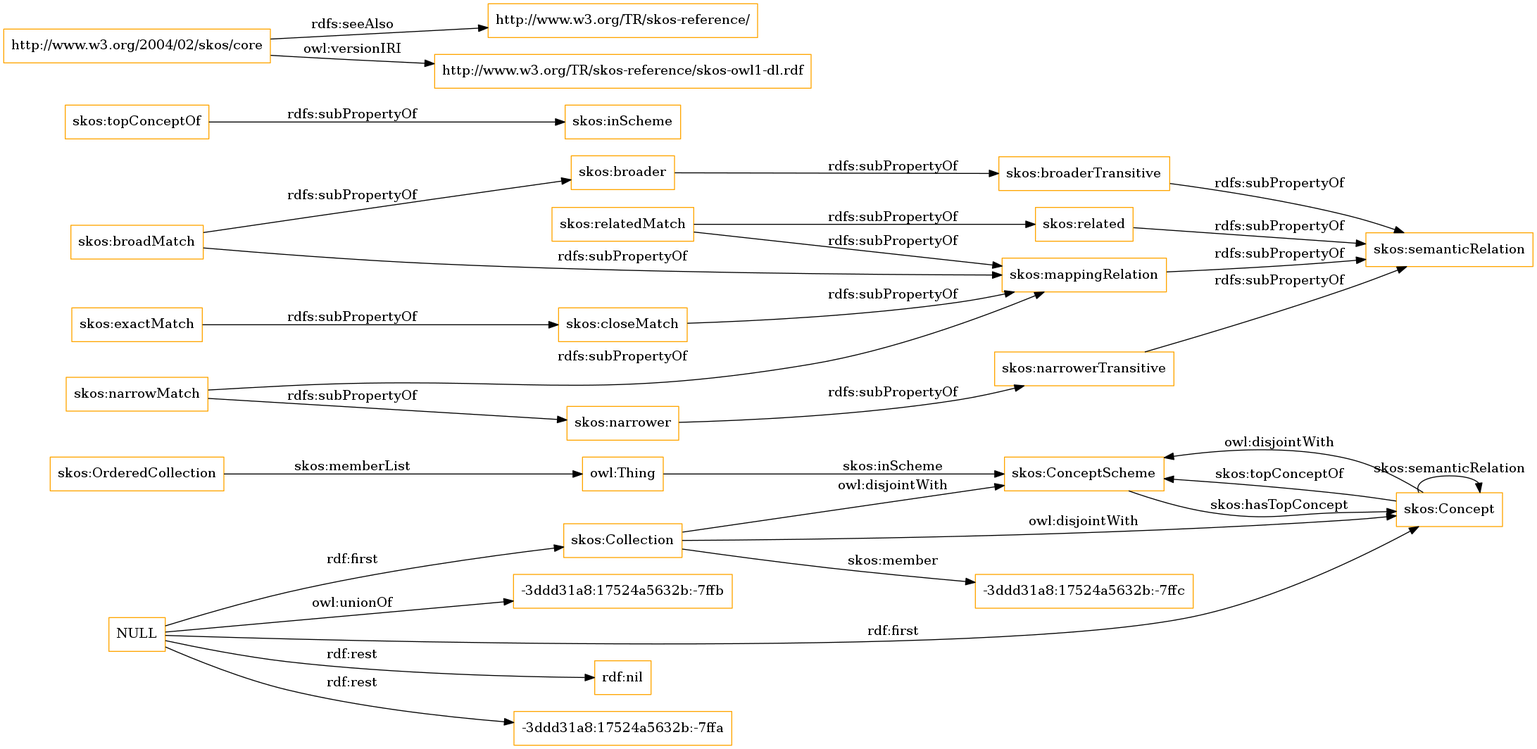
Before: OnToology/imports/skos.owl/diagrams/ar2dtool-class/skos.owl.png, a diagram exported from Graphviz (OnToologyUser/core-ontology-1). Its source is kept beside it as OnToology/imports/skos.owl/diagrams/ar2dtool-class/skos.owl.png.dot.
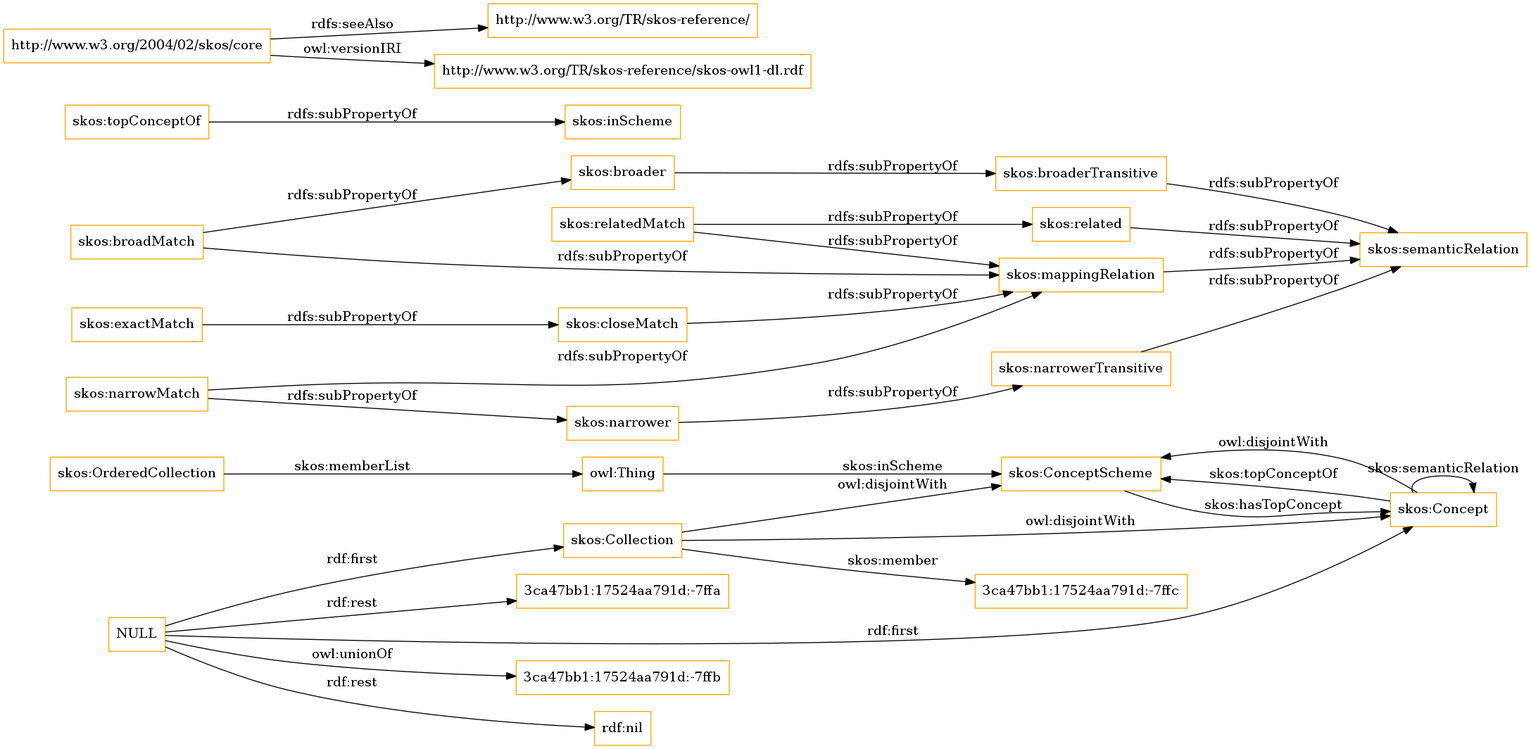
After the change.

What changed in the source:
```diff
@@ -1,13 +1,13 @@
 digraph ar2dtool_diagram {
 rankdir=LR;
 size="1501"
-node [shape = rectangle, color="orange"]; "skos:OrderedCollection" "skos:ConceptScheme" "skos:Concept" "skos:Collection" "-3ddd31a8:17524a5632b:-7ffc" ; /*classes style*/
+node [shape = rectangle, color="orange"]; "skos:OrderedCollection" "skos:ConceptScheme" "skos:Concept" "skos:Collection" "3ca47bb1:17524aa791d:-7ffc" ; /*classes style*/
 	"skos:narrowerTransitive" -> "skos:semanticRelation" [ label = "rdfs:subPropertyOf" ];
+	"NULL" -> "3ca47bb1:17524aa791d:-7ffb" [ label = "owl:unionOf" ];
 	"NULL" -> "rdf:nil" [ label = "rdf:rest" ];
 	"NULL" -> "skos:Concept" [ label = "rdf:first" ];
-	"NULL" -> "-3ddd31a8:17524a5632b:-7ffa" [ label = "rdf:rest" ];
+	"NULL" -> "3ca47bb1:17524aa791d:-7ffa" [ label = "rdf:rest" ];
 	"NULL" -> "skos:Collection" [ label = "rdf:first" ];
-	"NULL" -> "-3ddd31a8:17524a5632b:-7ffb" [ label = "owl:unionOf" ];
 	"skos:closeMatch" -> "skos:mappingRelation" [ label = "rdfs:subPropertyOf" ];
 	"skos:Concept" -> "skos:ConceptScheme" [ label = "owl:disjointWith" ];
 	"skos:relatedMatch" -> "skos:related" [ label = "rdfs:subPropertyOf" ];
@@ -30,7 +30,7 @@
 	"skos:OrderedCollection" -> "owl:Thing" [ label = "skos:memberList" ];
 	"skos:Concept" -> "skos:ConceptScheme" [ label = "skos:topConceptOf" ];
 	"skos:Concept" -> "skos:Concept" [ label = "skos:semanticRelation" ];
-	"skos:Collection" -> "-3ddd31a8:17524a5632b:-7ffc" [ label = "skos:member" ];
+	"skos:Collection" -> "3ca47bb1:17524aa791d:-7ffc" [ label = "skos:member" ];
 	"skos:ConceptScheme" -> "skos:Concept" [ label = "skos:hasTopConcept" ];
 	"owl:Thing" -> "skos:ConceptScheme" [ label = "skos:inScheme" ];
 
```
